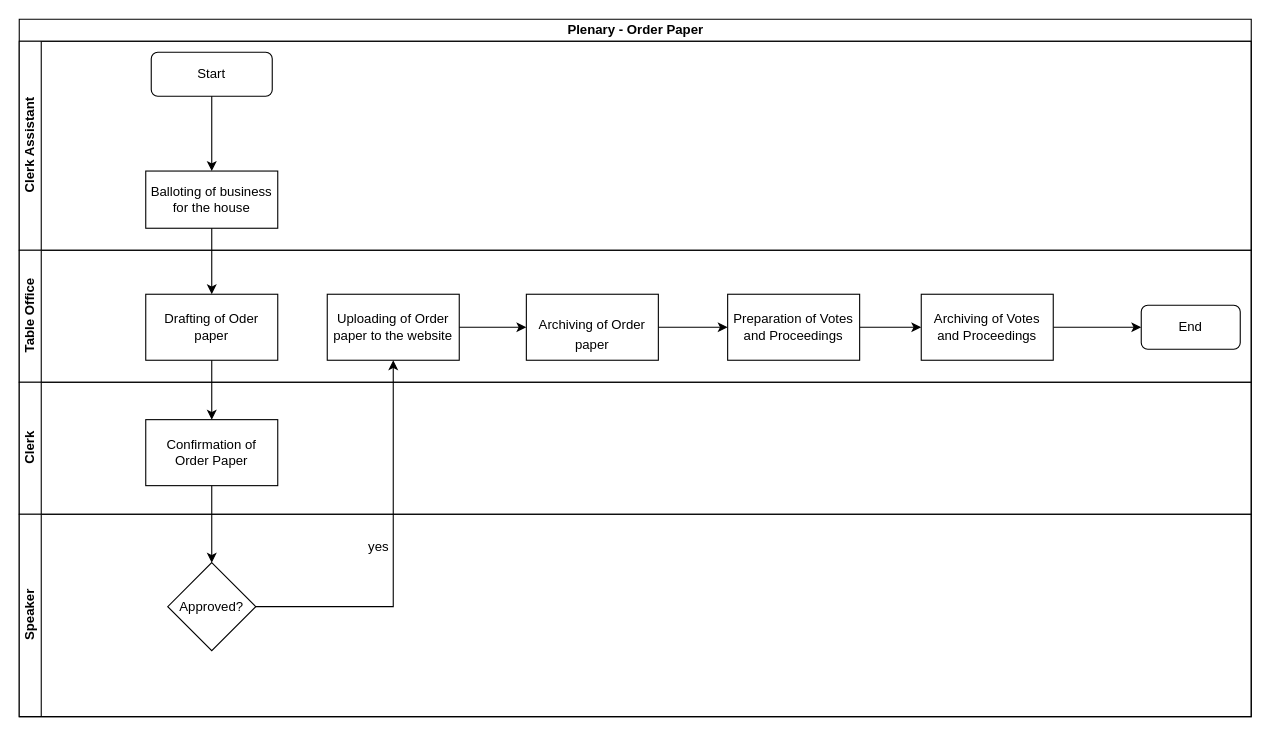
Earlier version of the draw.io diagram Plenary - Order Paper.drawio (kmagua/flowcharts). Source tidied: cells renumbered, new cells numbered last; positions are measured from the earlier drawing's top-left corner, leaving out a move shared by most shapes. Both pictures are drawn from the tidied source at 110%, with x=0, y=0 at pixel (19, 19).
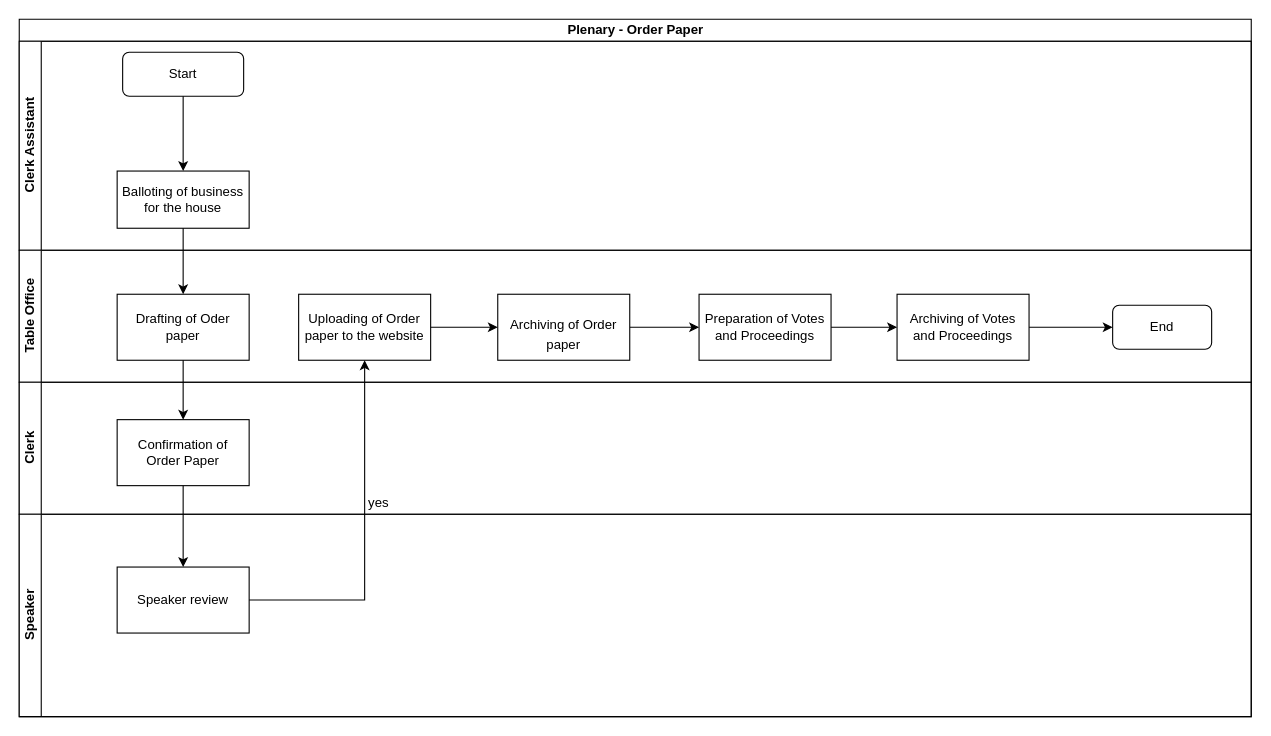
The same page after the edit.

Unchanged cells that the change refers to:
```xml
<mxCell id="2" value="Plenary - Order Paper" style="swimlane;html=1;horizontal=1;startSize=20;" parent="1" vertex="1">
  <mxGeometry width="1120" height="634" as="geometry" />
</mxCell>
<mxCell id="3" value="Clerk Assistant" style="swimlane;html=1;startSize=20;horizontal=0;" parent="2" vertex="1">
  <mxGeometry y="20" width="1120" height="190" as="geometry" />
</mxCell>
<mxCell id="7" value="Table Office" style="swimlane;html=1;startSize=20;horizontal=0;" parent="2" vertex="1">
  <mxGeometry y="210" width="1120" height="120" as="geometry" />
</mxCell>
<mxCell id="11" value="Clerk" style="swimlane;html=1;startSize=20;horizontal=0;" parent="2" vertex="1">
  <mxGeometry y="330" width="1120" height="120" as="geometry" />
</mxCell>
<mxCell id="13" value="Speaker" style="swimlane;html=1;startSize=20;horizontal=0;" parent="2" vertex="1">
  <mxGeometry y="450" width="1120" height="184" as="geometry" />
</mxCell>
```

Change to the diagram source:
```diff
@@
     <mxCell id="4" value="Start" style="rounded=1;whiteSpace=wrap;html=1;" parent="3" vertex="1">
-      <mxGeometry x="120" y="10" width="110" height="40" as="geometry" />
+      <mxGeometry x="94" y="10" width="110" height="40" as="geometry" />
     </mxCell>
     <mxCell id="5" value="Balloting of business for the house" style="rounded=0;whiteSpace=wrap;html=1;" parent="3" vertex="1">
-      <mxGeometry x="115" y="118" width="120" height="52" as="geometry" />
+      <mxGeometry x="89" y="118" width="120" height="52" as="geometry" />
     </mxCell>
@@
     <mxCell id="8" value="Uploading of Order paper to the website" style="whiteSpace=wrap;html=1;rounded=0;" parent="7" vertex="1">
-      <mxGeometry x="280" y="40" width="120" height="60" as="geometry" />
+      <mxGeometry x="254" y="40" width="120" height="60" as="geometry" />
     </mxCell>
     <mxCell id="9" value="Drafting of Oder paper" style="whiteSpace=wrap;html=1;rounded=0;" parent="7" vertex="1">
-      <mxGeometry x="115" y="40" width="120" height="60" as="geometry" />
+      <mxGeometry x="89" y="40" width="120" height="60" as="geometry" />
     </mxCell>
     <mxCell id="10" value="End" style="rounded=1;whiteSpace=wrap;html=1;" parent="7" vertex="1">
-      <mxGeometry x="1020" y="50" width="90" height="40" as="geometry" />
+      <mxGeometry x="994" y="50" width="90" height="40" as="geometry" />
     </mxCell>
@@
     <mxCell id="12" value="Confirmation of&lt;br/&gt;Order Paper&lt;br/&gt;" style="whiteSpace=wrap;html=1;rounded=0;" parent="11" vertex="1">
-      <mxGeometry x="115" y="34" width="120" height="60" as="geometry" />
+      <mxGeometry x="89" y="34" width="120" height="60" as="geometry" />
     </mxCell>
@@
-    <mxCell id="14" value="yes" style="text;html=1;strokeColor=none;fillColor=none;align=center;verticalAlign=middle;whiteSpace=wrap;rounded=0;" parent="13" vertex="1">
-      <mxGeometry x="307" y="20" width="40" height="20" as="geometry" />
-    </mxCell>
-    <mxCell id="15" value="Approved?" style="rhombus;whiteSpace=wrap;html=1;rounded=0;" parent="13" vertex="1">
-      <mxGeometry x="135" y="44" width="80" height="80" as="geometry" />
-    </mxCell>
+    <mxCell id="27" value="Speaker review" style="rounded=0;whiteSpace=wrap;html=1;" parent="13" vertex="1">
+      <mxGeometry x="89" y="48" width="120" height="60" as="geometry" />
+    </mxCell>
@@
-    <mxCell id="18" style="edgeStyle=orthogonalEdgeStyle;rounded=0;jettySize=auto;html=1;" parent="2" edge="1" source="12" target="15">
+    <mxCell id="18" style="edgeStyle=orthogonalEdgeStyle;rounded=0;jettySize=auto;html=1;entryX=0.5;entryY=0;entryDx=0;entryDy=0;" parent="2" edge="1" source="12" target="27">
       <mxGeometry relative="1" as="geometry" />
     </mxCell>
-    <mxCell id="19" style="edgeStyle=orthogonalEdgeStyle;rounded=0;jettySize=auto;html=1;" parent="2" edge="1" source="15" target="8">
+    <mxCell id="19" style="edgeStyle=orthogonalEdgeStyle;rounded=0;jettySize=auto;html=1;exitX=1;exitY=0.5;exitDx=0;exitDy=0;" parent="2" edge="1" source="27" target="8">
       <mxGeometry relative="1" as="geometry">
         <Array as="points">
-          <mxPoint x="240" y="534" />
-          <mxPoint x="240" y="534" />
+          <mxPoint x="314" y="528" />
         </Array>
       </mxGeometry>
     </mxCell>
@@
     <mxCell id="21" value="&lt;br/&gt;&lt;p style=&quot;margin-bottom: 0in ; line-height: 150%&quot;&gt;Archiving of Order&lt;br/&gt;paper&lt;/p&gt;&lt;br/&gt;" style="whiteSpace=wrap;html=1;rounded=0;" parent="1" vertex="1">
-      <mxGeometry x="461" y="250" width="120" height="60" as="geometry" />
+      <mxGeometry x="435" y="250" width="120" height="60" as="geometry" />
     </mxCell>
@@
     <mxCell id="24" value="Preparation of Votes and Proceedings" style="whiteSpace=wrap;html=1;rounded=0;" parent="1" vertex="1">
-      <mxGeometry x="644" y="250" width="120" height="60" as="geometry" />
+      <mxGeometry x="618" y="250" width="120" height="60" as="geometry" />
     </mxCell>
@@
     <mxCell id="26" value="Archiving of Votes and Proceedings" style="whiteSpace=wrap;html=1;rounded=0;" parent="1" vertex="1">
-      <mxGeometry x="820" y="250" width="120" height="60" as="geometry" />
+      <mxGeometry x="798" y="250" width="120" height="60" as="geometry" />
     </mxCell>
+    <mxCell id="14" value="yes" style="text;html=1;strokeColor=none;fillColor=none;align=center;verticalAlign=middle;whiteSpace=wrap;rounded=0;" parent="1" vertex="1">
+      <mxGeometry x="307" y="430" width="40" height="20" as="geometry" />
+    </mxCell>
```
